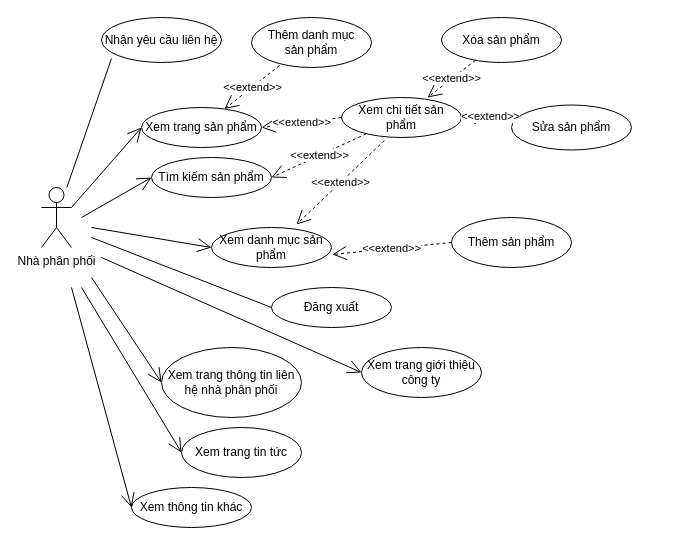
Above: Use Case/providerUC.drawio in hoangminh15/PTTKHT (draw.io), before the change. Source tidied: cells renumbered, new cells numbered last; positions are measured from the earlier drawing's top-left corner, leaving out a move shared by most shapes. Both pictures are drawn from the tidied source at 100%, with x=0, y=0 at pixel (41, 17).
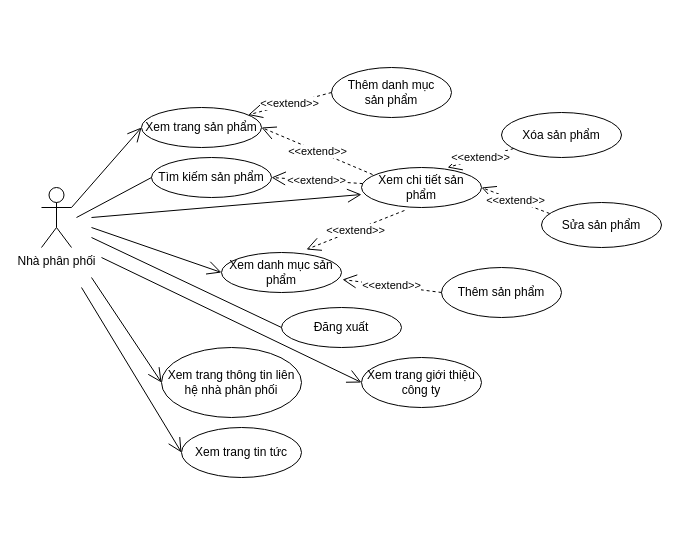
Above is the later version.

Unchanged cells that the change refers to:
```xml
<mxCell id="6" value="Nhà phân phối&lt;br&gt;" style="shape=umlActor;verticalLabelPosition=bottom;verticalAlign=top;html=1;outlineConnect=0;" parent="1" vertex="1">
  <mxGeometry y="170" width="30" height="60" as="geometry" />
</mxCell>
<mxCell id="9" value="Xem trang sản phẩm" style="ellipse;whiteSpace=wrap;html=1;" parent="1" vertex="1">
  <mxGeometry x="100" y="90" width="120" height="40" as="geometry" />
</mxCell>
<mxCell id="11" value="Tìm kiếm sản phẩm" style="ellipse;whiteSpace=wrap;html=1;" parent="1" vertex="1">
  <mxGeometry x="110" y="140" width="120" height="40" as="geometry" />
</mxCell>
```

Change to the diagram source:
```diff
@@
-    <mxCell id="2" value="Nhận yêu cầu liên hệ" style="ellipse;whiteSpace=wrap;html=1;" parent="1" vertex="1">
-      <mxGeometry x="60" width="120" height="45" as="geometry" />
-    </mxCell>
     <mxCell id="3" value="Thêm sản phẩm" style="ellipse;whiteSpace=wrap;html=1;" parent="1" vertex="1">
-      <mxGeometry x="410" y="200" width="120" height="50" as="geometry" />
+      <mxGeometry x="400" y="250" width="120" height="50" as="geometry" />
     </mxCell>
     <mxCell id="4" value="Thêm danh mục &lt;br&gt;sản phẩm" style="ellipse;whiteSpace=wrap;html=1;" parent="1" vertex="1">
-      <mxGeometry x="210" width="120" height="50" as="geometry" />
+      <mxGeometry x="290" y="50" width="120" height="50" as="geometry" />
     </mxCell>
     <mxCell id="5" value="Xóa sản phẩm" style="ellipse;whiteSpace=wrap;html=1;" parent="1" vertex="1">
-      <mxGeometry x="400" width="120" height="45" as="geometry" />
+      <mxGeometry x="460" y="95" width="120" height="45" as="geometry" />
     </mxCell>
@@
     <mxCell id="7" value="Đăng xuất" style="ellipse;whiteSpace=wrap;html=1;" parent="1" vertex="1">
-      <mxGeometry x="230" y="270" width="120" height="40" as="geometry" />
+      <mxGeometry x="240" y="290" width="120" height="40" as="geometry" />
     </mxCell>
     <mxCell id="8" value="Xem chi tiết sản phẩm" style="ellipse;whiteSpace=wrap;html=1;" parent="1" vertex="1">
-      <mxGeometry x="300" y="80" width="120" height="40" as="geometry" />
+      <mxGeometry x="320" y="150" width="120" height="40" as="geometry" />
     </mxCell>
@@
-    <mxCell id="10" value="&amp;lt;&amp;lt;extend&amp;gt;&amp;gt;" style="endArrow=open;endSize=12;dashed=1;html=1;exitX=0;exitY=0.5;exitDx=0;exitDy=0;entryX=1;entryY=0.5;entryDx=0;entryDy=0;" parent="1" edge="1" source="8" target="9">
+    <mxCell id="10" value="&amp;lt;&amp;lt;extend&amp;gt;&amp;gt;" style="endArrow=open;endSize=12;dashed=1;html=1;exitX=0.092;exitY=0.175;exitDx=0;exitDy=0;entryX=1;entryY=0.5;entryDx=0;entryDy=0;exitPerimeter=0;" parent="1" edge="1" source="8" target="9">
       <mxGeometry relative="1" as="geometry" />
     </mxCell>
@@
     <mxCell id="13" value="Xem danh mục sản phẩm" style="ellipse;whiteSpace=wrap;html=1;" parent="1" vertex="1">
-      <mxGeometry x="170" y="210" width="120" height="40" as="geometry" />
+      <mxGeometry x="180" y="235" width="120" height="40" as="geometry" />
     </mxCell>
@@
-    <mxCell id="16" value="&amp;lt;&amp;lt;extend&amp;gt;&amp;gt;" style="endArrow=open;endSize=12;dashed=1;html=1;exitX=0.233;exitY=0.96;exitDx=0;exitDy=0;exitPerimeter=0;" parent="1" edge="1" source="4" target="9">
+    <mxCell id="16" value="&amp;lt;&amp;lt;extend&amp;gt;&amp;gt;" style="endArrow=open;endSize=12;dashed=1;html=1;exitX=0;exitY=0.5;exitDx=0;exitDy=0;" parent="1" edge="1" source="4" target="9">
       <mxGeometry relative="1" as="geometry" />
     </mxCell>
@@
-    <mxCell id="21" value="Xem thông tin khác" style="ellipse;whiteSpace=wrap;html=1;" parent="1" vertex="1">
-      <mxGeometry x="90" y="470" width="120" height="40" as="geometry" />
-    </mxCell>
     <mxCell id="22" value="Xem trang giới thiệu công ty" style="ellipse;whiteSpace=wrap;html=1;" parent="1" vertex="1">
-      <mxGeometry x="320" y="330" width="120" height="50" as="geometry" />
+      <mxGeometry x="320" y="340" width="120" height="50" as="geometry" />
     </mxCell>
@@
-    <mxCell id="26" style="endArrow=open;endFill=1;endSize=12;html=1;entryX=0;entryY=0.5;entryDx=0;entryDy=0;" parent="1" edge="1" target="21">
-      <mxGeometry relative="1" as="geometry">
-        <mxPoint x="30" y="270" as="sourcePoint" />
-      </mxGeometry>
-    </mxCell>
     <mxCell id="27" value="Sửa sản phẩm" style="ellipse;whiteSpace=wrap;html=1;" parent="1" vertex="1">
-      <mxGeometry x="470" y="87.5" width="120" height="45" as="geometry" />
+      <mxGeometry x="500" y="185" width="120" height="45" as="geometry" />
     </mxCell>
@@
-    <mxCell id="29" style="endArrow=open;endFill=1;endSize=12;html=1;entryX=0;entryY=0.5;entryDx=0;entryDy=0;exitX=1;exitY=0.3333333333333333;exitDx=0;exitDy=0;exitPerimeter=0;" parent="1" edge="1" target="11">
-      <mxGeometry relative="1" as="geometry">
-        <mxPoint x="40" y="200" as="sourcePoint" />
-      </mxGeometry>
-    </mxCell>
@@
-    <mxCell id="32" style="endArrow=none;html=1;entryX=0.083;entryY=0.911;entryDx=0;entryDy=0;entryPerimeter=0;" parent="1" edge="1" source="6" target="2">
-      <mxGeometry relative="1" as="geometry" />
-    </mxCell>
+    <mxCell id="33" style="endArrow=none;html=1;entryX=0;entryY=0.5;entryDx=0;entryDy=0;" parent="1" edge="1" target="11">
+      <mxGeometry relative="1" as="geometry">
+        <mxPoint x="35" y="200" as="sourcePoint" />
+      </mxGeometry>
+    </mxCell>
+    <mxCell id="34" style="endArrow=open;endFill=1;endSize=12;html=1;entryX=0;entryY=0.675;entryDx=0;entryDy=0;entryPerimeter=0;" parent="1" edge="1" target="8">
+      <mxGeometry relative="1" as="geometry">
+        <mxPoint x="50" y="200" as="sourcePoint" />
+      </mxGeometry>
+    </mxCell>
```
